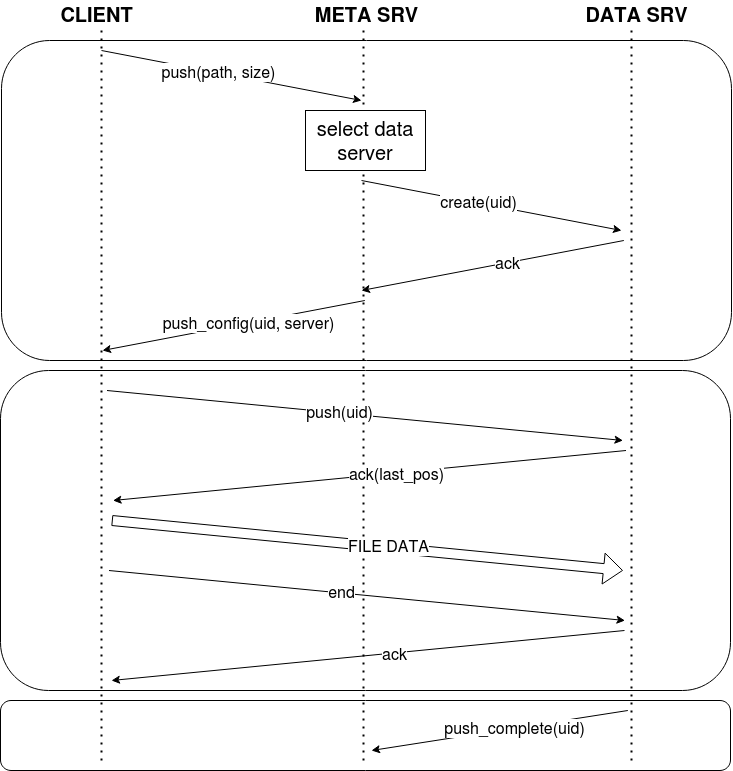
The draw.io diagram diagrams/requests/push_request.png in ale99WGiais/tesina_iot, before a commit. Source tidied: cells renumbered, new cells last; positions are measured from the earlier drawing's top-left corner, leaving out a move shared by most shapes.
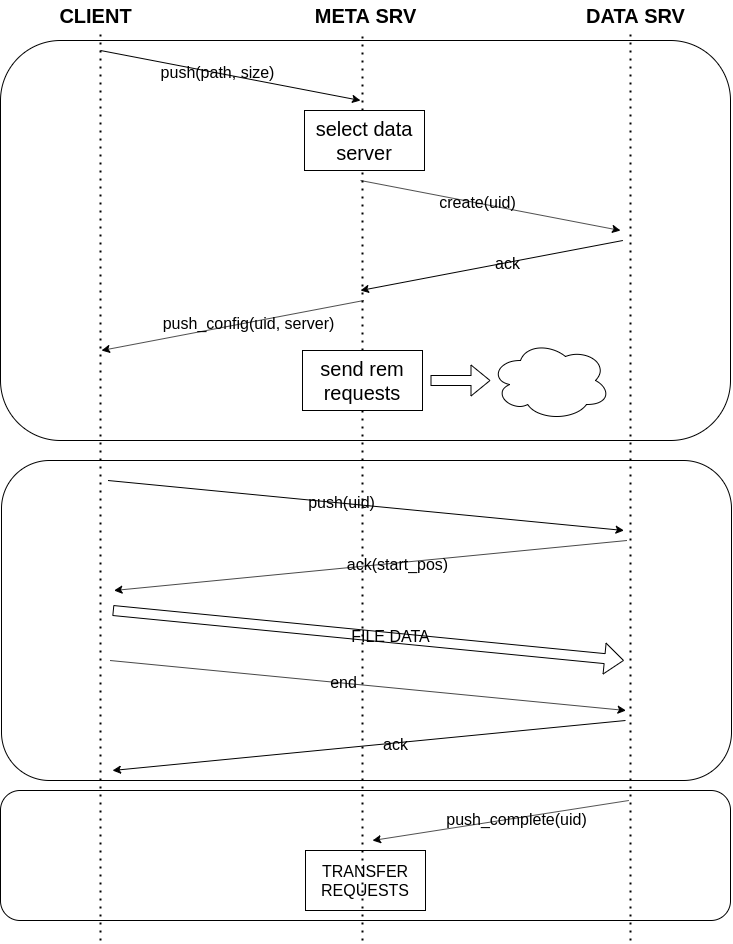
After the commit.

Change to the diagram source:
```diff
@@ -3,17 +3,16 @@
     <mxCell id="0" />
     <mxCell id="1" parent="0" />
     <mxCell id="2" style="rounded=1;whiteSpace=wrap;html=1;fontSize=16;" parent="1" vertex="1">
-      <mxGeometry y="700" width="730" height="70" as="geometry" />
+      <mxGeometry x="1" y="790" width="730" height="130" as="geometry" />
     </mxCell>
     <mxCell id="3" style="rounded=1;whiteSpace=wrap;html=1;fontSize=16;" parent="1" vertex="1">
-      <mxGeometry y="370" width="730" height="320" as="geometry" />
+      <mxGeometry x="2" y="460" width="730" height="320" as="geometry" />
     </mxCell>
     <mxCell id="4" style="rounded=1;whiteSpace=wrap;html=1;fontSize=16;" parent="1" vertex="1">
-      <mxGeometry x="1" y="40" width="730" height="320" as="geometry" />
+      <mxGeometry x="1" y="40" width="730" height="400" as="geometry" />
     </mxCell>
-    <mxCell id="5" style="endArrow=none;dashed=1;html=1;dashPattern=1 3;strokeWidth=2;fontSize=12;" parent="1" edge="1">
+    <mxCell id="5" style="endArrow=none;dashed=1;html=1;dashPattern=1 3;strokeWidth=2;fontSize=12;" parent="1" edge="1" source="33">
       <mxGeometry relative="1" as="geometry">
-        <mxPoint x="363" y="760" as="sourcePoint" />
         <mxPoint x="363" y="30" as="targetPoint" />
       </mxGeometry>
     </mxCell>
@@ -64,8 +63,8 @@
     </mxCell>
     <mxCell id="17" style="endArrow=classic;html=1;fontSize=16;" parent="1" edge="1">
       <mxGeometry relative="1" as="geometry">
-        <mxPoint x="106.5" y="390" as="sourcePoint" />
-        <mxPoint x="622.5" y="440" as="targetPoint" />
+        <mxPoint x="108.5" y="480" as="sourcePoint" />
+        <mxPoint x="624.5" y="530" as="targetPoint" />
       </mxGeometry>
     </mxCell>
     <mxCell id="18" value="&lt;font style=&quot;font-size: 16px;&quot;&gt;push(uid)&lt;/font&gt;" style="edgeLabel;html=1;align=center;verticalAlign=middle;fontSize=16;" parent="17" vertex="1">
@@ -73,13 +72,13 @@
     </mxCell>
     <mxCell id="19" style="endArrow=none;dashed=1;html=1;dashPattern=1 3;strokeWidth=2;fontSize=12;" parent="1" edge="1">
       <mxGeometry relative="1" as="geometry">
-        <mxPoint x="101" y="760" as="sourcePoint" />
+        <mxPoint x="101" y="940" as="sourcePoint" />
         <mxPoint x="101" y="30" as="targetPoint" />
       </mxGeometry>
     </mxCell>
     <mxCell id="20" style="endArrow=none;dashed=1;html=1;dashPattern=1 3;strokeWidth=2;fontSize=12;" parent="1" edge="1">
       <mxGeometry relative="1" as="geometry">
-        <mxPoint x="631" y="760" as="sourcePoint" />
+        <mxPoint x="631" y="940" as="sourcePoint" />
         <mxPoint x="631" y="30" as="targetPoint" />
       </mxGeometry>
     </mxCell>
@@ -88,17 +87,17 @@
     </mxCell>
     <mxCell id="22" style="endArrow=classic;html=1;fontSize=16;" parent="1" edge="1">
       <mxGeometry relative="1" as="geometry">
-        <mxPoint x="625.5" y="450" as="sourcePoint" />
-        <mxPoint x="112.5" y="500" as="targetPoint" />
+        <mxPoint x="627.5" y="540" as="sourcePoint" />
+        <mxPoint x="114.5" y="590" as="targetPoint" />
       </mxGeometry>
     </mxCell>
-    <mxCell id="23" value="ack(last_pos)" style="edgeLabel;html=1;align=center;verticalAlign=middle;fontSize=16;" parent="22" vertex="1">
+    <mxCell id="23" value="ack(start_pos)" style="edgeLabel;html=1;align=center;verticalAlign=middle;fontSize=16;" parent="22" vertex="1">
       <mxGeometry x="-0.1" y="1" relative="1" as="geometry" />
     </mxCell>
     <mxCell id="24" style="shape=flexArrow;endArrow=classic;html=1;fontSize=16;" parent="1" edge="1">
       <mxGeometry relative="1" as="geometry">
-        <mxPoint x="111.3" y="520" as="sourcePoint" />
-        <mxPoint x="622.5" y="570" as="targetPoint" />
+        <mxPoint x="113.3" y="610" as="sourcePoint" />
+        <mxPoint x="624.5" y="660" as="targetPoint" />
       </mxGeometry>
     </mxCell>
     <mxCell id="25" value="FILE DATA" style="edgeLabel;html=1;align=center;verticalAlign=middle;fontSize=16;" parent="24" vertex="1">
@@ -106,8 +105,8 @@
     </mxCell>
     <mxCell id="26" style="endArrow=classic;html=1;fontSize=16;" parent="1" edge="1">
       <mxGeometry relative="1" as="geometry">
-        <mxPoint x="108.5" y="570" as="sourcePoint" />
-        <mxPoint x="624.5" y="620" as="targetPoint" />
+        <mxPoint x="110.5" y="660" as="sourcePoint" />
+        <mxPoint x="626.5" y="710" as="targetPoint" />
       </mxGeometry>
     </mxCell>
     <mxCell id="27" value="&lt;div&gt;end&lt;/div&gt;" style="edgeLabel;html=1;align=center;verticalAlign=middle;fontSize=16;" parent="26" vertex="1">
@@ -115,8 +114,8 @@
     </mxCell>
     <mxCell id="28" style="endArrow=classic;html=1;fontSize=16;" parent="1" edge="1">
       <mxGeometry relative="1" as="geometry">
-        <mxPoint x="624" y="630" as="sourcePoint" />
-        <mxPoint x="111" y="680" as="targetPoint" />
+        <mxPoint x="626" y="720" as="sourcePoint" />
+        <mxPoint x="113" y="770" as="targetPoint" />
       </mxGeometry>
     </mxCell>
     <mxCell id="29" value="&lt;div&gt;ack&lt;/div&gt;" style="edgeLabel;html=1;align=center;verticalAlign=middle;fontSize=16;" parent="28" vertex="1">
@@ -124,12 +123,32 @@
     </mxCell>
     <mxCell id="30" style="endArrow=classic;html=1;fontSize=16;" parent="1" edge="1">
       <mxGeometry relative="1" as="geometry">
-        <mxPoint x="627.3" y="710" as="sourcePoint" />
-        <mxPoint x="371" y="750" as="targetPoint" />
+        <mxPoint x="629.3" y="800" as="sourcePoint" />
+        <mxPoint x="373" y="840" as="targetPoint" />
       </mxGeometry>
     </mxCell>
     <mxCell id="31" value="&lt;div&gt;push_complete(uid)&lt;/div&gt;" style="edgeLabel;html=1;align=center;verticalAlign=middle;fontSize=16;" parent="30" vertex="1">
       <mxGeometry x="-0.11" relative="1" as="geometry" />
     </mxCell>
+    <mxCell id="32" value="&lt;font style=&quot;font-size: 16px;&quot;&gt;TRANSFER REQUESTS&lt;/font&gt;" style="rounded=0;whiteSpace=wrap;html=1;fontSize=16;" parent="1" vertex="1">
+      <mxGeometry x="306" y="850" width="120" height="60" as="geometry" />
+    </mxCell>
+    <mxCell id="33" value="&lt;div&gt;send rem requests&lt;/div&gt;" style="rounded=0;whiteSpace=wrap;html=1;fontSize=20;" parent="1" vertex="1">
+      <mxGeometry x="303" y="350" width="120" height="60" as="geometry" />
+    </mxCell>
+    <mxCell id="34" style="endArrow=none;dashed=1;html=1;dashPattern=1 3;strokeWidth=2;fontSize=12;" parent="1" edge="1" target="33">
+      <mxGeometry relative="1" as="geometry">
+        <mxPoint x="363" y="940" as="sourcePoint" />
+      </mxGeometry>
+    </mxCell>
+    <mxCell id="35" style="shape=flexArrow;endArrow=classic;html=1;fontSize=16;" parent="1" edge="1">
+      <mxGeometry relative="1" as="geometry">
+        <mxPoint x="431" y="380" as="sourcePoint" />
+        <mxPoint x="491" y="380" as="targetPoint" />
+      </mxGeometry>
+    </mxCell>
+    <mxCell id="36" style="ellipse;shape=cloud;whiteSpace=wrap;html=1;fontSize=16;" parent="1" vertex="1">
+      <mxGeometry x="491" y="340" width="120" height="80" as="geometry" />
+    </mxCell>
   </root>
 </mxGraphModel>
```
